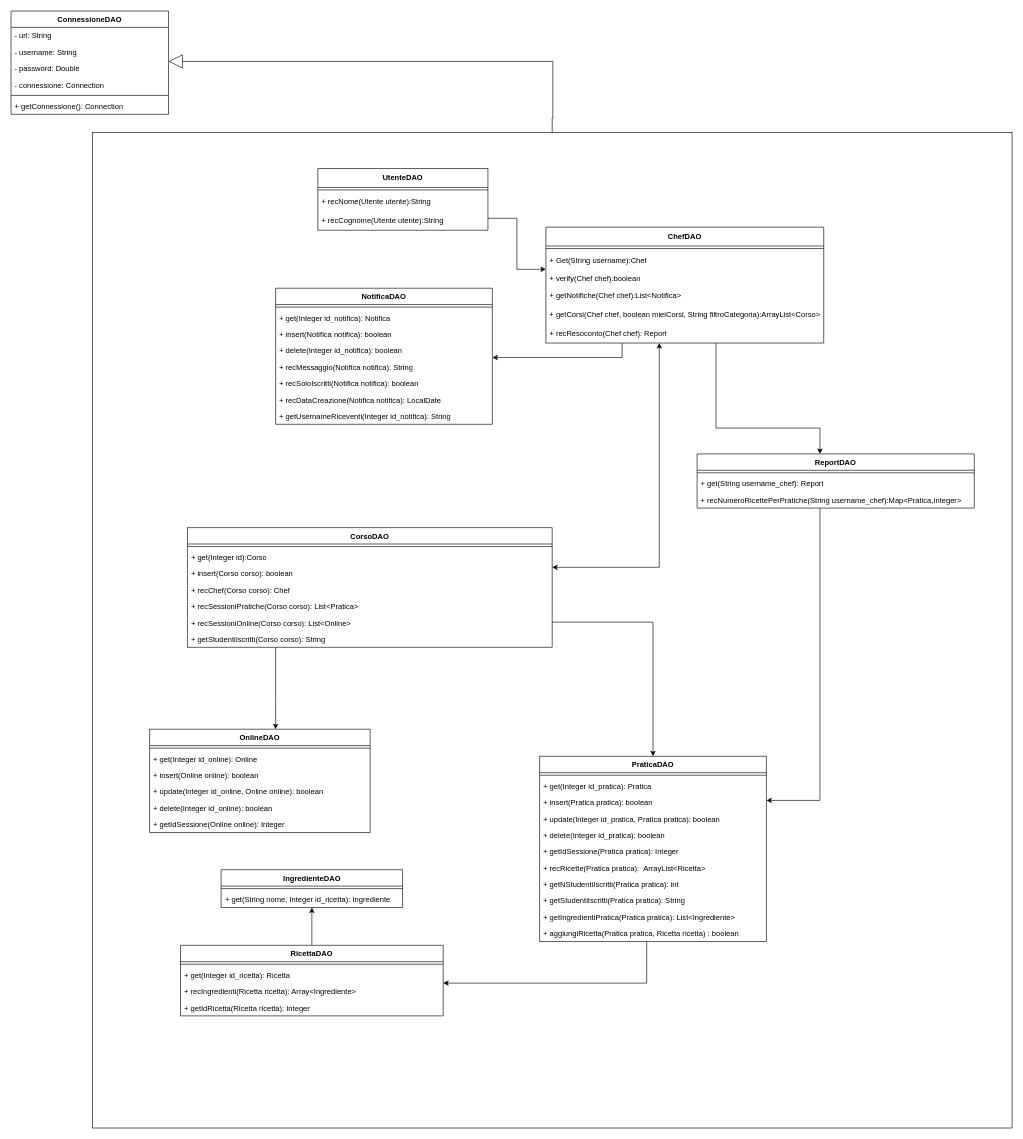
MetisWastaken/UninaFoodLab keeps this draw.io diagram as page "dao" (2 of 4) of obj/uml/UML1.drawio. Above is the earlier version. Source tidied: cells renumbered, new cells numbered last; positions are measured from the earlier drawing's top-left corner, leaving out a move shared by most shapes. Both pictures are drawn from the tidied source at 63%, with x=0, y=0 at pixel (11, 11).
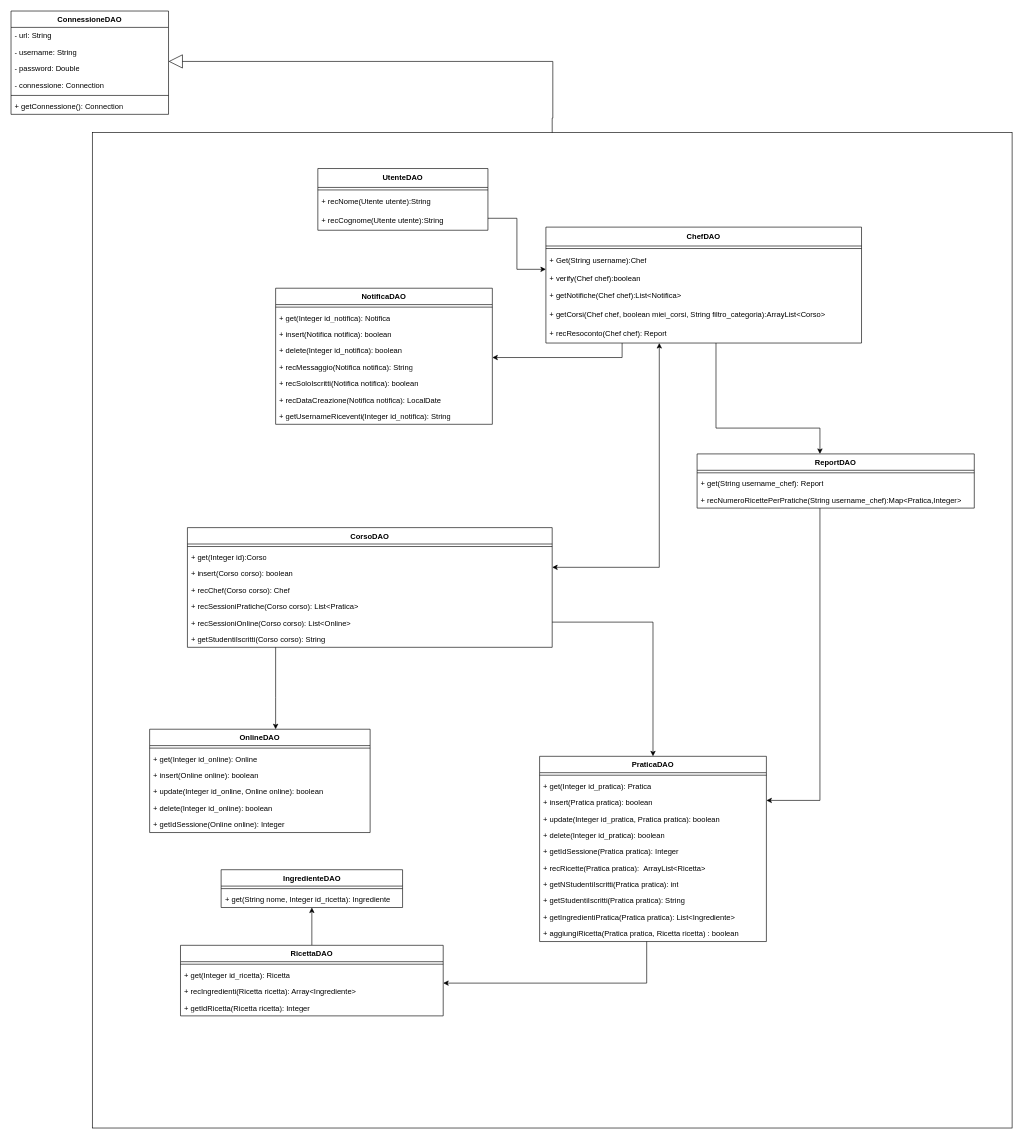
After the change.

Change to the diagram source:
```diff
@@
     <mxCell id="72" value="&lt;b&gt;ChefDAO&lt;/b&gt;" style="swimlane;fontStyle=0;horizontal=1;startSize=30;whiteSpace=wrap;html=1;" parent="1" vertex="1">
-      <mxGeometry x="849" y="343" width="441" height="184" as="geometry" />
+      <mxGeometry x="849" y="343" width="501" height="184" as="geometry" />
     </mxCell>
     <mxCell id="73" style="line;strokeWidth=1;fillColor=none;align=left;verticalAlign=middle;spacingTop=-1;spacingLeft=3;spacingRight=3;labelPosition=right;strokeColor=inherit;" parent="72" vertex="1">
-      <mxGeometry y="30" width="441" height="8" as="geometry" />
+      <mxGeometry y="30" width="501" height="8" as="geometry" />
     </mxCell>
     <mxCell id="74" value="+ Get(String username):Chef" style="text;strokeColor=none;fillColor=none;align=left;verticalAlign=middle;spacingLeft=4;spacingRight=4;overflow=hidden;whiteSpace=wrap;html=1;" parent="72" vertex="1">
-      <mxGeometry y="38" width="441" height="30" as="geometry" />
+      <mxGeometry y="38" width="501" height="30" as="geometry" />
     </mxCell>
     <mxCell id="75" value="+ verify(Chef chef):boolean" style="text;strokeColor=none;fillColor=none;align=left;verticalAlign=top;spacingLeft=4;spacingRight=4;overflow=hidden;whiteSpace=wrap;html=1;" parent="72" vertex="1">
-      <mxGeometry y="68" width="441" height="26" as="geometry" />
+      <mxGeometry y="68" width="501" height="26" as="geometry" />
     </mxCell>
     <mxCell id="76" value="+ getNotifiche(Chef chef):List&amp;lt;Notifica&amp;gt;" style="text;strokeColor=none;fillColor=none;align=left;verticalAlign=middle;spacingLeft=4;spacingRight=4;overflow=hidden;whiteSpace=wrap;html=1;" parent="72" vertex="1">
-      <mxGeometry y="94" width="441" height="30" as="geometry" />
+      <mxGeometry y="94" width="501" height="30" as="geometry" />
     </mxCell>
-    <mxCell id="77" value="+ getCorsi(Chef chef, boolean mieiCorsi, String filtroCategoria):ArrayList&amp;lt;Corso&amp;gt;" style="text;strokeColor=none;fillColor=none;align=left;verticalAlign=middle;spacingLeft=4;spacingRight=4;overflow=hidden;whiteSpace=wrap;html=1;" parent="72" vertex="1">
-      <mxGeometry y="124" width="441" height="30" as="geometry" />
+    <mxCell id="77" value="+ getCorsi(Chef chef, boolean miei_corsi, String filtro_categoria):ArrayList&amp;lt;Corso&amp;gt;" style="text;strokeColor=none;fillColor=none;align=left;verticalAlign=middle;spacingLeft=4;spacingRight=4;overflow=hidden;whiteSpace=wrap;html=1;" parent="72" vertex="1">
+      <mxGeometry y="124" width="501" height="30" as="geometry" />
     </mxCell>
     <mxCell id="78" value="+ recResoconto(Chef chef): Report" style="text;strokeColor=none;fillColor=none;align=left;verticalAlign=middle;spacingLeft=4;spacingRight=4;overflow=hidden;whiteSpace=wrap;html=1;" parent="72" vertex="1">
-      <mxGeometry y="154" width="441" height="30" as="geometry" />
+      <mxGeometry y="154" width="501" height="30" as="geometry" />
     </mxCell>
```
